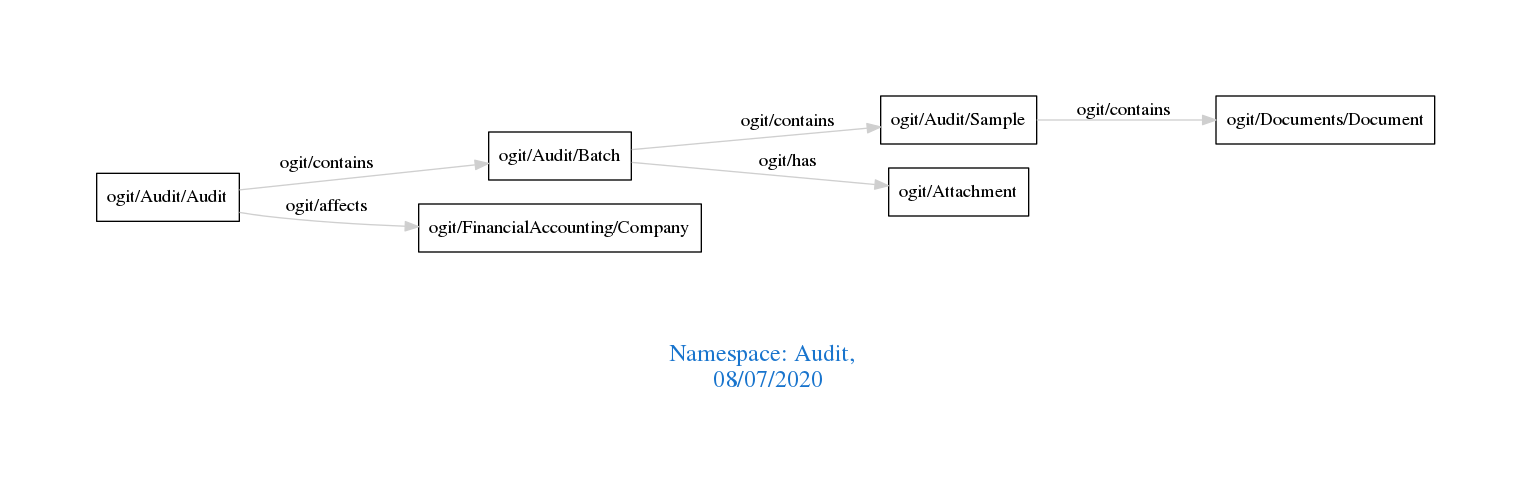
Before: downloads/Audit.png, a diagram exported from Graphviz (arago/OGIT). Its source is kept beside it as downloads/Audit.dot.
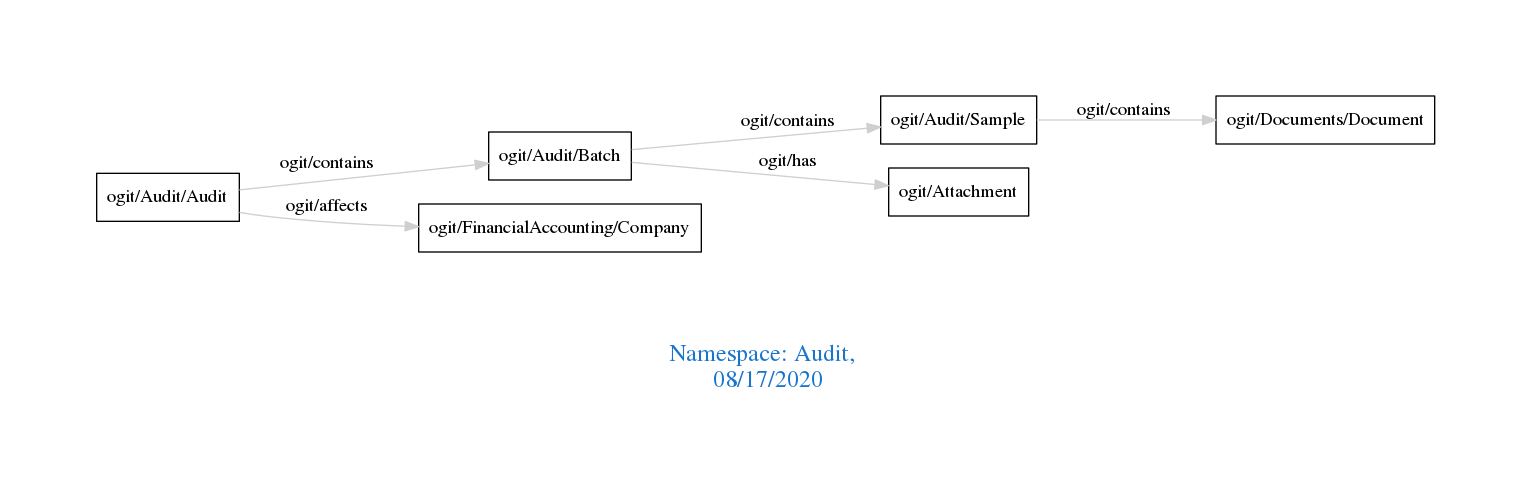
The same file after the commit.

The edit, as a diff of the source:
```diff
@@ -1,7 +1,7 @@
 digraph OGIT_ontology {
  graph [ rankdir= LR,pad=1
 fontsize = 18,
-fontcolor= dodgerblue3,label = "\n\n\nNamespace: Audit, \n 08/07/2020"];
+fontcolor= dodgerblue3,label = "\n\n\nNamespace: Audit, \n 08/17/2020"];
 node[shape=polygon];
 edge [  color="gray81"];
 
```
